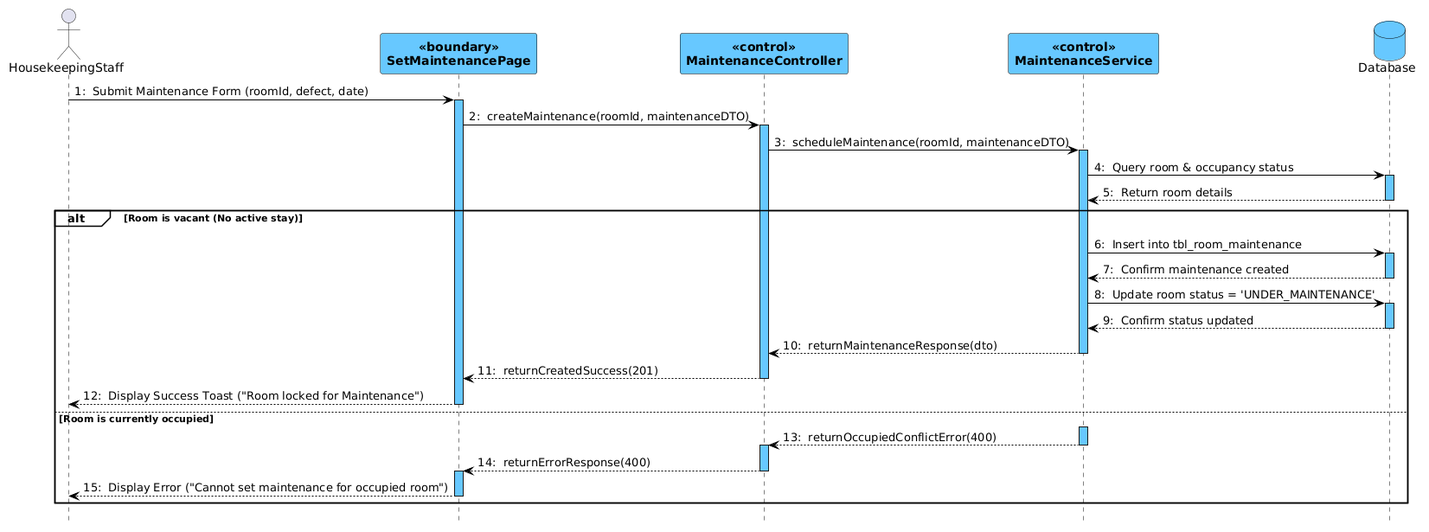
hieupeek/sba_doc keeps this PlantUML diagram as docs/Class + Sequence/seq_43_maintenance.png. Above is the earlier version.
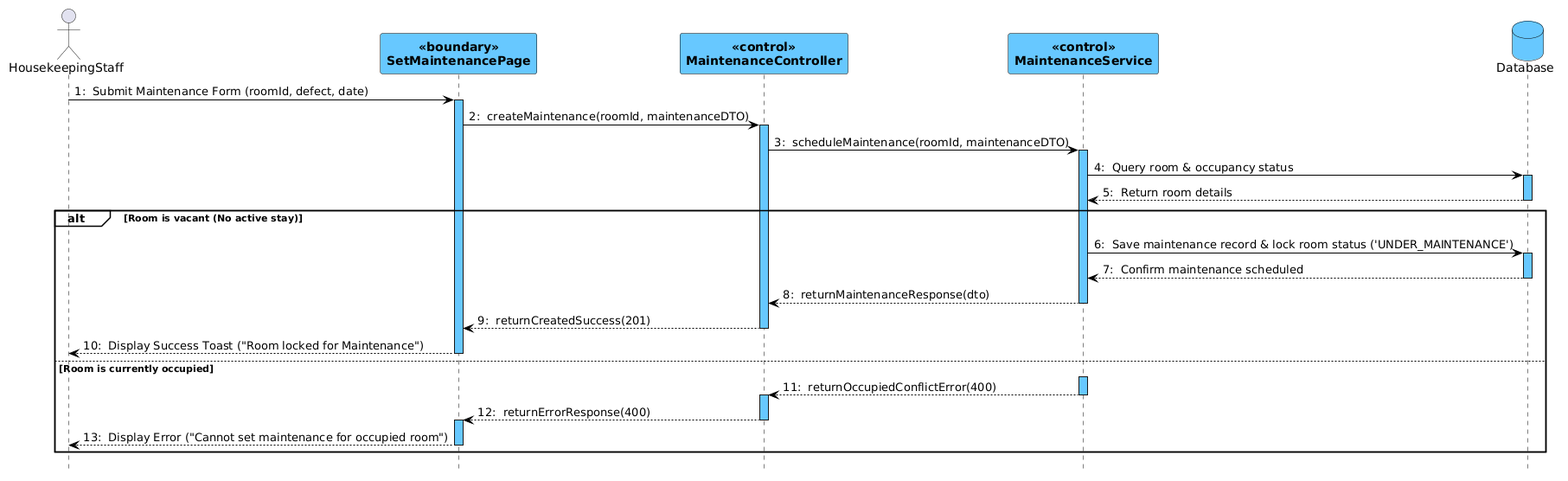
Above is the later version.

Commit message:
docs: streamline database interactions to transaction-level operations in sequence diagrams

What changed in the source:
```diff
@@ -44,14 +44,9 @@
 deactivate Database
 
 alt Room is vacant (No active stay)
-    MaintenanceService -> Database : Insert into tbl_room_maintenance
+    MaintenanceService -> Database : Save maintenance record & lock room status ('UNDER_MAINTENANCE')
     activate Database
-    Database --> MaintenanceService : Confirm maintenance created
-    deactivate Database
-
-    MaintenanceService -> Database : Update room status = 'UNDER_MAINTENANCE'
-    activate Database
-    Database --> MaintenanceService : Confirm status updated
+    Database --> MaintenanceService : Confirm maintenance scheduled
     deactivate Database
 
     MaintenanceService --> MaintenanceController : returnMaintenanceResponse(dto)
```
